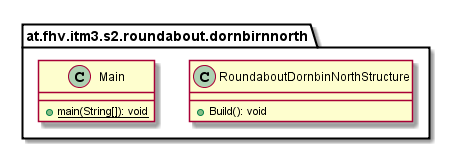
Oxydation/RoundaboutDornbirnNorth keeps this PlantUML diagram as images/uml-class/at.fhv.itm3.s2.roundabout.dornbirnnorth.package.png. Above is the earlier version.
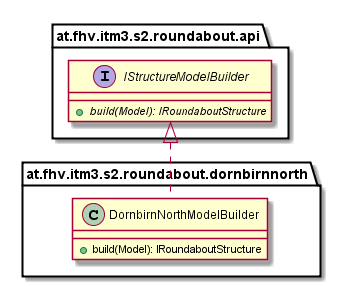
After the commit.

Diff of the diagram source:
```diff
@@ -2,13 +2,14 @@
 
     namespace at.fhv.itm3.s2.roundabout.dornbirnnorth {
 
-        class RoundaboutDornbinNorthStructure [[../../../../../at/fhv/itm3/s2/roundabout/dornbirnnorth/RoundaboutDornbinNorthStructure.html]] {
-            +Build(): void
+        class DornbirnNorthModelBuilder [[../../../../../at/fhv/itm3/s2/roundabout/dornbirnnorth/DornbirnNorthModelBuilder.html]] {
+            +build(Model): IRoundaboutStructure
         }
 
-        class Main [[../../../../../at/fhv/itm3/s2/roundabout/dornbirnnorth/Main.html]] {
-            {static} +main(String[]): void
+        interface at.fhv.itm3.s2.roundabout.api.IStructureModelBuilder {
+            {abstract} +build(Model): IRoundaboutStructure
         }
+        at.fhv.itm3.s2.roundabout.api.IStructureModelBuilder <|.. DornbirnNorthModelBuilder
 
     }
 
```
